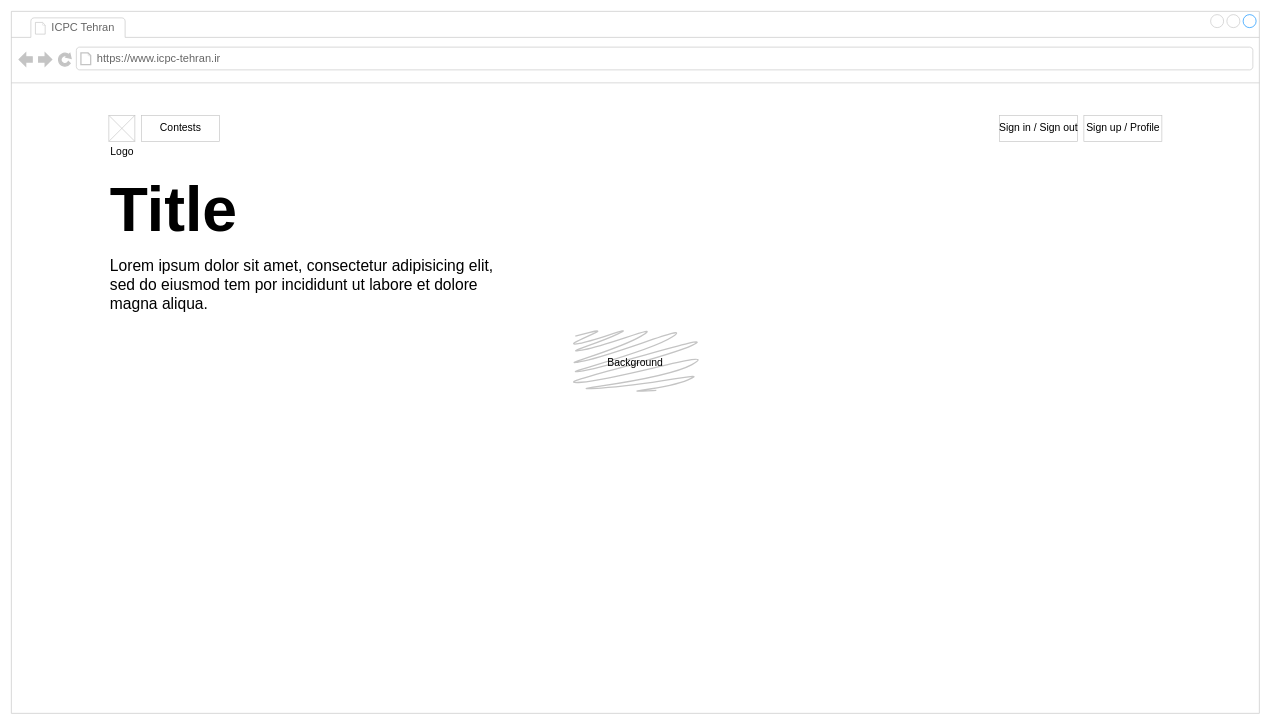
Earlier version of the draw.io diagram page "Home" (1 of 10) of docs/diagrams/wireframes.drawio (thisis-mahyar/icpc-archive). Source tidied: cells renumbered, new cells numbered last; positions are measured from the earlier drawing's top-left corner, leaving out a move shared by most shapes. Both pictures are drawn from the tidied source at 65%, with x=0, y=0 at pixel (11, 11).
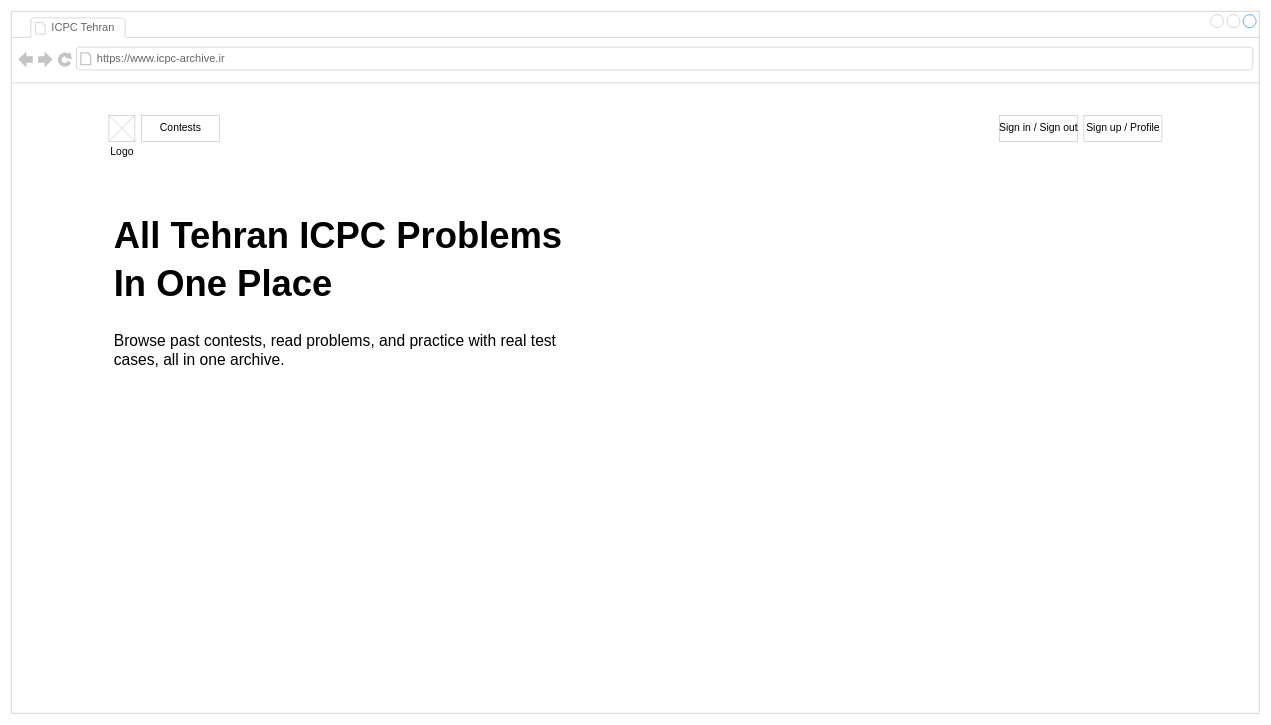
Above is the later version.

Commit message (it also covers changes not shown here):
feat: add title, sub-title to the home page

Diff of the diagram source:
```diff
@@
 <mxGraphModel>
   <root>
     <mxCell id="0" />
     <mxCell id="1" parent="0" />
     <mxCell id="2" style="strokeWidth=1;shadow=0;dashed=0;align=center;html=1;shape=mxgraph.mockup.containers.browserWindow;rSize=0;strokeColor=#C4C4C4;strokeColor2=#008cff;strokeColor3=#c4c4c4;mainText=,;fillColor=default;comic=0;backgroundOutline=0;fontSize=15;fontFamily=Helvetica;" parent="1" vertex="1">
       <mxGeometry width="1920" height="1080" as="geometry" />
     </mxCell>
     <mxCell id="3" value="ICPC Tehran" style="strokeWidth=1;shadow=0;dashed=0;align=center;html=1;shape=mxgraph.mockup.containers.anchor;fontSize=17;fontColor=#666666;align=left;whiteSpace=wrap;fontFamily=Helvetica;strokeColor=#C4C4C4;" parent="2" vertex="1">
       <mxGeometry x="60" y="12" width="110" height="26" as="geometry" />
     </mxCell>
-    <mxCell id="4" value="https://www.icpc-tehran.ir" style="strokeWidth=1;shadow=0;dashed=0;align=center;html=1;shape=mxgraph.mockup.containers.anchor;rSize=0;fontSize=17;fontColor=#666666;align=left;fontFamily=Helvetica;strokeColor=#C4C4C4;" parent="2" vertex="1">
+    <mxCell id="4" value="https://www.icpc-archive.ir" style="strokeWidth=1;shadow=0;dashed=0;align=center;html=1;shape=mxgraph.mockup.containers.anchor;rSize=0;fontSize=17;fontColor=#666666;align=left;fontFamily=Helvetica;strokeColor=#C4C4C4;" parent="2" vertex="1">
       <mxGeometry x="130" y="60" width="250" height="26" as="geometry" />
     </mxCell>
     <mxCell id="5" value="&lt;font style=&quot;font-size: 16px;&quot;&gt;Sign up / Profile&lt;/font&gt;" style="shape=rectangle;strokeColor=#C4C4C4;fillColor=none;linkText=;fontSize=17;fontColor=#000000;fontStyle=0;html=1;align=center;labelBackgroundColor=none;rounded=0;shadow=0;glass=0;verticalAlign=middle;arcSize=50;fontFamily=Helvetica;strokeWidth=1;" parent="2" vertex="1">
       <mxGeometry x="1650" y="160" width="120" height="40" as="geometry" />
     </mxCell>
-    <mxCell id="6" value="&lt;h1 style=&quot;margin-top: 0px;&quot;&gt;&lt;font style=&quot;font-size: 96px;&quot;&gt;Title&lt;/font&gt;&lt;/h1&gt;&lt;p&gt;&lt;font style=&quot;font-size: 24px;&quot;&gt;Lorem ipsum dolor sit amet, consectetur adipisicing elit, sed do eiusmod tem por incididunt ut labore et dolore magna aliqua.&lt;/font&gt;&lt;/p&gt;" style="text;html=1;whiteSpace=wrap;overflow=hidden;rounded=0;fontFamily=Helvetica;strokeColor=none;" parent="2" vertex="1">
-      <mxGeometry x="150" y="240" width="600" height="380" as="geometry" />
+    <mxCell id="6" value="&lt;h1 style=&quot;margin-top: 0px; line-height: 100%;&quot;&gt;&lt;font style=&quot;font-size: 56px; line-height: 100%;&quot;&gt;All Tehran ICPC&amp;nbsp;&lt;/font&gt;&lt;span style=&quot;font-size: 56px; background-color: initial; line-height: 100%;&quot;&gt;Problems&lt;/span&gt;&lt;/h1&gt;&lt;h1 style=&quot;margin-top: 0px; line-height: 100%;&quot;&gt;&lt;span style=&quot;font-size: 56px; background-color: initial; line-height: 100%;&quot;&gt;In One Place&lt;/span&gt;&lt;/h1&gt;" style="text;html=1;whiteSpace=wrap;overflow=hidden;rounded=0;fontFamily=Helvetica;strokeColor=none;verticalAlign=middle;spacing=8;fontStyle=0;" parent="2" vertex="1">
+      <mxGeometry x="150" y="300" width="720" height="180" as="geometry" />
     </mxCell>
     <mxCell id="7" value="&lt;font style=&quot;font-size: 16px;&quot;&gt;&lt;font style=&quot;&quot;&gt;Sign in&amp;nbsp;&lt;/font&gt;&lt;span style=&quot;background-color: initial;&quot;&gt;/ Sign out&lt;/span&gt;&lt;/font&gt;" style="shape=rectangle;strokeColor=#C4C4C4;fillColor=none;linkText=;fontSize=17;fontColor=#000000;fontStyle=0;html=1;align=center;labelBackgroundColor=none;rounded=0;shadow=0;glass=0;verticalAlign=middle;arcSize=50;fontFamily=Helvetica;" parent="2" vertex="1">
       <mxGeometry x="1520" y="160" width="120" height="40" as="geometry" />
     </mxCell>
     <mxCell id="8" value="&lt;font style=&quot;font-size: 16px;&quot;&gt;Logo&lt;/font&gt;" style="verticalLabelPosition=bottom;shadow=0;dashed=0;align=center;html=1;verticalAlign=top;strokeWidth=1;shape=mxgraph.mockup.graphics.simpleIcon;strokeColor=#C4C4C4;fillColor=none;fontFamily=Helvetica;" parent="2" vertex="1">
       <mxGeometry x="150" y="160" width="40" height="40" as="geometry" />
     </mxCell>
     <mxCell id="9" value="&lt;span style=&quot;font-size: 16px;&quot;&gt;Contests&lt;/span&gt;" style="shape=rectangle;strokeColor=#C4C4C4;fillColor=none;linkText=;fontSize=17;fontColor=#000000;fontStyle=0;html=1;align=center;labelBackgroundColor=none;rounded=0;shadow=0;glass=0;verticalAlign=middle;arcSize=50;fontFamily=Helvetica;" parent="2" vertex="1">
       <mxGeometry x="200" y="160" width="120" height="40" as="geometry" />
     </mxCell>
-    <mxCell id="10" value="&lt;font style=&quot;font-size: 16px;&quot;&gt;Background&lt;/font&gt;" style="shape=mxgraph.mockup.markup.scratchOut;shadow=0;dashed=0;html=1;whiteSpace=wrap;strokeColor=#C4C4C4;strokeWidth=2;" parent="2" vertex="1">
-      <mxGeometry x="860" y="490" width="200" height="100" as="geometry" />
-    </mxCell>
+    <mxCell id="11" value="&lt;h1 style=&quot;margin-top: 0px;&quot;&gt;&lt;span style=&quot;background-color: initial; font-weight: normal;&quot;&gt;&lt;font&gt;Browse past contests, read problems, and practice with real test cases, all in one archive.&lt;/font&gt;&lt;/span&gt;&lt;br&gt;&lt;/h1&gt;" style="text;html=1;whiteSpace=wrap;overflow=hidden;rounded=0;fontFamily=Helvetica;strokeColor=none;verticalAlign=top;spacing=8;" parent="2" vertex="1">
+      <mxGeometry x="150" y="480" width="720" height="120" as="geometry" />
+    </mxCell>
   </root>
 </mxGraphModel>
```
